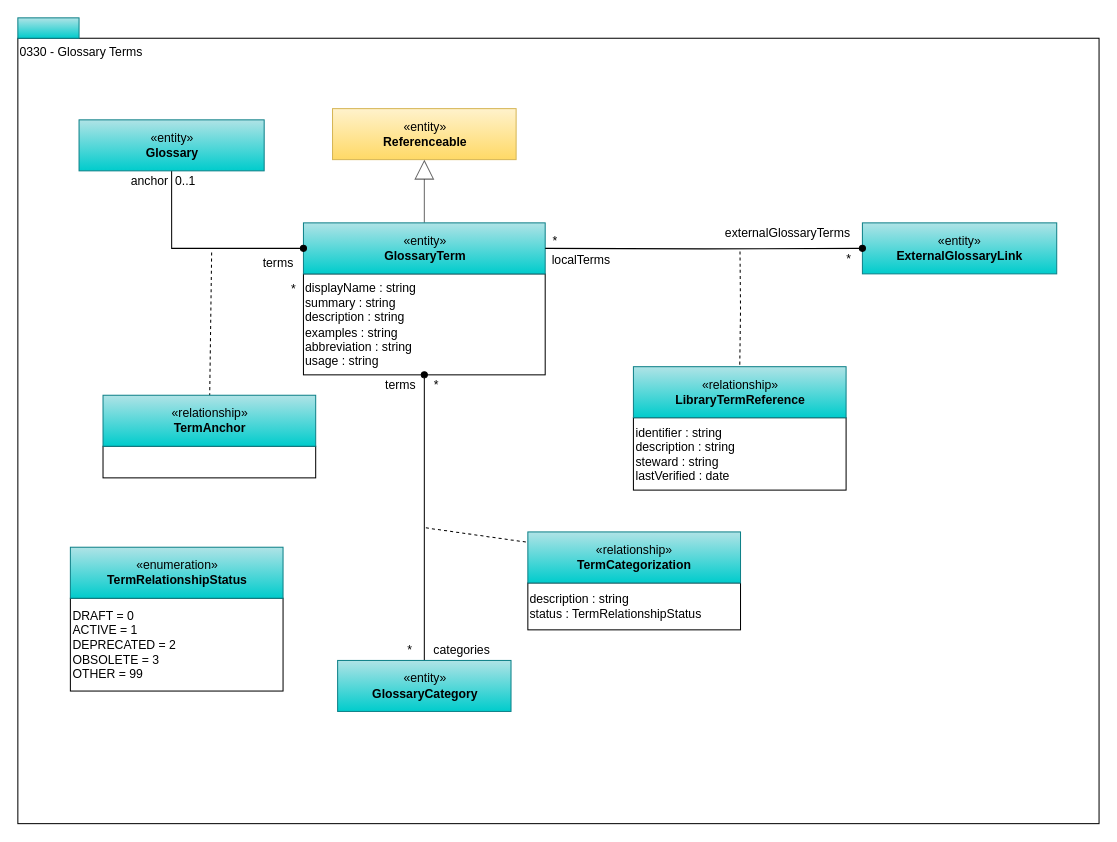
Above: page "0330-Terms" (4 of 14) of site/docs/types/3/area-3-glossary.drawio in odpi/egeria-docs (draw.io), before the change. Source tidied: cells renumbered, new cells numbered last; positions are measured from the earlier drawing's top-left corner, leaving out a move shared by most shapes. Both pictures are drawn from the tidied source at 102%, with x=0, y=0 at pixel (17, 17).
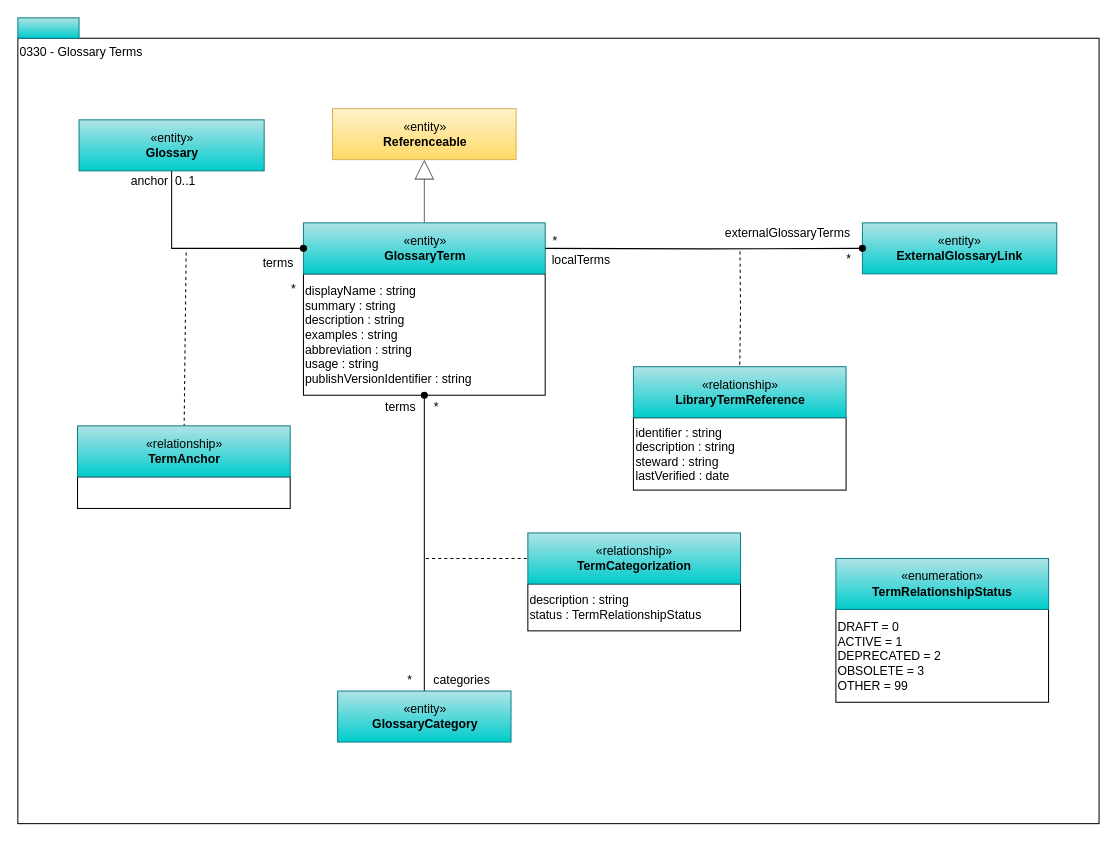
The same page after the edit.

Commit message (it also covers changes not shown here):
Add publishVersionIdentifier to GlossaryTerm

The edit, as a diff of the source:
```diff
@@
-    <mxCell id="4" value="displayName : string&lt;br&gt;summary : string&lt;br&gt;description : string&lt;br&gt;examples : string&lt;br&gt;abbreviation : string&lt;br&gt;usage : string" style="rounded=0;whiteSpace=wrap;html=1;strokeColor=#000000;gradientColor=#ffffff;align=left;" parent="1" vertex="1">
-      <mxGeometry x="280" y="251" width="237" height="99" as="geometry" />
+    <mxCell id="4" value="displayName : string&lt;br&gt;summary : string&lt;br&gt;description : string&lt;br&gt;examples : string&lt;br&gt;abbreviation : string&lt;br&gt;usage : string&lt;br&gt;publishVersionIdentifier : string" style="rounded=0;whiteSpace=wrap;html=1;strokeColor=#000000;gradientColor=#ffffff;align=left;" parent="1" vertex="1">
+      <mxGeometry x="280" y="251" width="237" height="119" as="geometry" />
     </mxCell>
@@
     <mxCell id="10" value="«entity»&lt;br&gt;&lt;b&gt;GlossaryCategory&lt;/b&gt;" style="html=1;strokeColor=#0e8088;align=center;fillColor=#b0e3e6;gradientColor=#00CCCC;" parent="1" vertex="1">
-      <mxGeometry x="313.5" y="630" width="170" height="50" as="geometry" />
+      <mxGeometry x="313.5" y="660" width="170" height="50" as="geometry" />
     </mxCell>
@@
     <mxCell id="12" style="endArrow=none;dashed=1;html=1;" parent="1" edge="1" target="14">
       <mxGeometry relative="1" as="geometry">
-        <mxPoint x="190" y="230" as="sourcePoint" />
+        <mxPoint x="165" y="230" as="sourcePoint" />
       </mxGeometry>
     </mxCell>
     <mxCell id="13" style="rounded=0;whiteSpace=wrap;html=1;strokeColor=#000000;gradientColor=#ffffff;align=left;" parent="1" vertex="1">
-      <mxGeometry x="83.5" y="420" width="208.5" height="31" as="geometry" />
+      <mxGeometry x="58.5" y="450" width="208.5" height="31" as="geometry" />
     </mxCell>
     <mxCell id="14" value="«relationship»&lt;br&gt;&lt;b&gt;TermAnchor&lt;/b&gt;" style="html=1;strokeColor=#0e8088;align=center;fillColor=#b0e3e6;gradientColor=#00CCCC;" parent="1" vertex="1">
-      <mxGeometry x="83.5" y="370" width="208.5" height="50" as="geometry" />
+      <mxGeometry x="58.5" y="400" width="208.5" height="50" as="geometry" />
     </mxCell>
@@
     <mxCell id="19" style="endArrow=none;dashed=1;html=1;" parent="1" edge="1" target="21">
       <mxGeometry relative="1" as="geometry">
-        <mxPoint x="400" y="500" as="sourcePoint" />
+        <mxPoint x="400" y="530" as="sourcePoint" />
       </mxGeometry>
     </mxCell>
     <mxCell id="20" value="description : string&lt;br&gt;status : TermRelationshipStatus" style="rounded=0;whiteSpace=wrap;html=1;strokeColor=#000000;gradientColor=#ffffff;align=left;" parent="1" vertex="1">
-      <mxGeometry x="500" y="554" width="208.5" height="46" as="geometry" />
+      <mxGeometry x="500" y="555" width="208.5" height="46" as="geometry" />
     </mxCell>
     <mxCell id="21" value="«relationship»&lt;br&gt;&lt;b&gt;TermCategorization&lt;/b&gt;" style="html=1;strokeColor=#0e8088;align=center;fillColor=#b0e3e6;gradientColor=#00CCCC;" parent="1" vertex="1">
-      <mxGeometry x="500" y="504" width="208.5" height="50" as="geometry" />
+      <mxGeometry x="500" y="505" width="208.5" height="50" as="geometry" />
     </mxCell>
@@
     <mxCell id="31" value="categories" style="text;html=1;align=center;verticalAlign=middle;" parent="1" vertex="1">
-      <mxGeometry x="400" y="610" width="70" height="20" as="geometry" />
+      <mxGeometry x="400" y="640" width="70" height="20" as="geometry" />
     </mxCell>
     <mxCell id="32" value="*" style="text;html=1;align=center;verticalAlign=middle;" parent="1" vertex="1">
-      <mxGeometry x="374" y="610" width="20" height="20" as="geometry" />
+      <mxGeometry x="374" y="640" width="20" height="20" as="geometry" />
     </mxCell>
     <mxCell id="33" value="*" style="text;html=1;align=center;verticalAlign=middle;" parent="1" vertex="1">
-      <mxGeometry x="400" y="350" width="20" height="20" as="geometry" />
+      <mxGeometry x="400" y="372" width="20" height="20" as="geometry" />
     </mxCell>
     <mxCell id="34" value="terms" style="text;html=1;align=center;verticalAlign=middle;" parent="1" vertex="1">
-      <mxGeometry x="350" y="350" width="50" height="20" as="geometry" />
+      <mxGeometry x="350" y="372" width="50" height="20" as="geometry" />
     </mxCell>
     <mxCell id="35" value="DRAFT = 0&lt;br&gt;ACTIVE = 1&lt;br&gt;DEPRECATED = 2&lt;br&gt;OBSOLETE = 3&lt;br&gt;OTHER = 99" style="rounded=0;whiteSpace=wrap;html=1;strokeColor=#000000;gradientColor=#ffffff;align=left;" parent="1" vertex="1">
-      <mxGeometry x="51.5" y="569" width="208.5" height="91" as="geometry" />
+      <mxGeometry x="802" y="580" width="208.5" height="91" as="geometry" />
     </mxCell>
     <mxCell id="36" value="«enumeration»&lt;br&gt;&lt;b&gt;TermRelationshipStatus&lt;/b&gt;" style="html=1;strokeColor=#0e8088;align=center;fillColor=#b0e3e6;gradientColor=#00CCCC;" parent="1" vertex="1">
-      <mxGeometry x="51.5" y="519" width="208.5" height="50" as="geometry" />
+      <mxGeometry x="802" y="530" width="208.5" height="50" as="geometry" />
     </mxCell>
```
